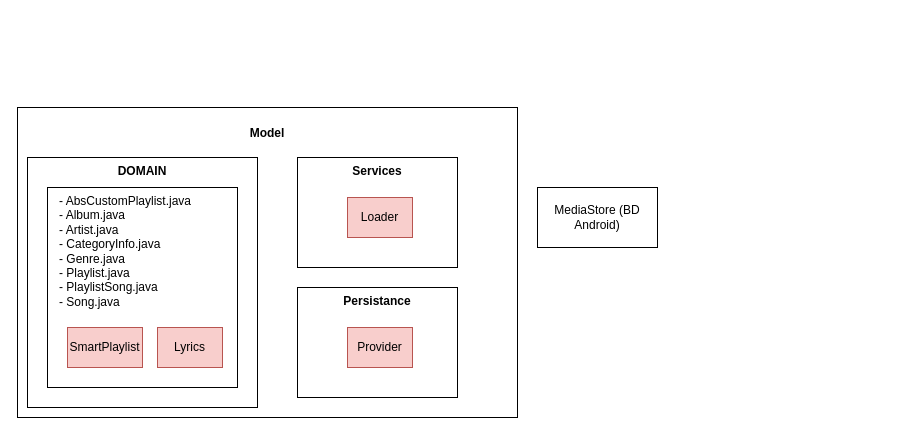
ThisHobbit/Phonograph keeps this draw.io diagram as Phonograph_diagram.drawio. Above is the earlier version. Source tidied: cells renumbered, new cells numbered last; positions are measured from the earlier drawing's top-left corner, leaving out a move shared by most shapes. Both pictures are drawn from the tidied source at 100%, with x=0, y=0 at pixel (17, 107).
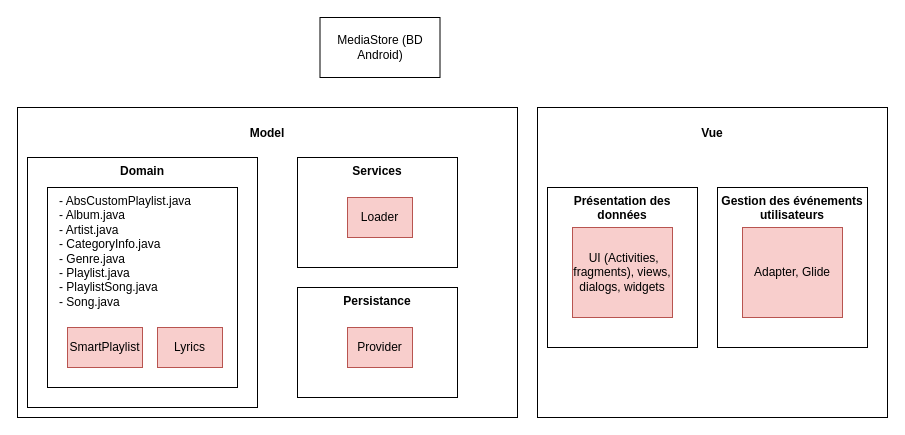
The same page after the edit.

Commit message:
Update Phonograph_diagram vue .drawio

What changed in the source:
```diff
@@
 <mxGraphModel>
   <root>
     <mxCell id="0" />
     <mxCell id="1" parent="0" />
     <mxCell id="2" value="&lt;div&gt;&lt;blockquote&gt;&lt;blockquote&gt;&lt;span style=&quot;color: light-dark(rgb(0, 0, 0), rgb(0, 0, 0));&quot;&gt;Model&lt;/span&gt;&lt;/blockquote&gt;&lt;/blockquote&gt;&lt;/div&gt;" style="rounded=0;whiteSpace=wrap;html=1;fillColor=light-dark(#FFFFFF,#FFE599);gradientColor=none;align=center;verticalAlign=top;fontStyle=1;" parent="1" vertex="1">
       <mxGeometry width="500" height="310" as="geometry" />
     </mxCell>
-    <mxCell id="3" value="&lt;b style=&quot;color: light-dark(rgb(0, 0, 0), rgb(0, 0, 0));&quot;&gt;DOMAIN&lt;/b&gt;" style="rounded=0;whiteSpace=wrap;html=1;fillColor=light-dark(#FFFFFF,#FFFFFF);strokeColor=light-dark(#000000,#000000);verticalAlign=top;labelBorderColor=none;perimeterSpacing=0;" parent="1" vertex="1">
+    <mxCell id="3" value="&lt;b style=&quot;color: light-dark(rgb(0, 0, 0), rgb(0, 0, 0));&quot;&gt;Domain&lt;/b&gt;" style="rounded=0;whiteSpace=wrap;html=1;fillColor=light-dark(#FFFFFF,#FFFFFF);strokeColor=light-dark(#000000,#000000);verticalAlign=top;labelBorderColor=none;perimeterSpacing=0;" parent="1" vertex="1">
       <mxGeometry x="10" y="50" width="230" height="250" as="geometry" />
     </mxCell>
     <mxCell id="4" style="rounded=0;whiteSpace=wrap;html=1;fillColor=light-dark(#FFFFFF,#7EA6E0);strokeColor=light-dark(#000000,#000000);" parent="1" vertex="1">
       <mxGeometry x="30" y="80" width="190" height="200" as="geometry" />
     </mxCell>
     <mxCell id="5" value="&lt;div align=&quot;left&quot;&gt;&lt;span style=&quot;color: light-dark(rgb(0, 0, 0), rgb(0, 0, 0));&quot;&gt;- AbsCustomPlaylist.java&lt;br&gt;- Album.java&lt;br&gt;- Artist.java&lt;br&gt;- CategoryInfo.java&lt;br&gt;- Genre.java&lt;br&gt;- Playlist.java&lt;br&gt;- PlaylistSong.java&lt;br&gt;- Song.java&lt;/span&gt;&lt;/div&gt;" style="text;html=1;whiteSpace=wrap;strokeColor=none;fillColor=none;align=left;verticalAlign=top;rounded=0;" parent="1" vertex="1">
       <mxGeometry x="40" y="80" width="190" height="190" as="geometry" />
     </mxCell>
     <mxCell id="6" value="&lt;span style=&quot;color: light-dark(rgb(0, 0, 0), rgb(0, 0, 0));&quot;&gt;Lyrics&lt;/span&gt;" style="rounded=0;whiteSpace=wrap;html=1;fillColor=light-dark(#F8CECC,#CC99FF);strokeColor=#b85450;" parent="1" vertex="1">
       <mxGeometry x="140" y="220" width="65" height="40" as="geometry" />
     </mxCell>
     <mxCell id="7" value="&lt;span style=&quot;color: light-dark(rgb(0, 0, 0), rgb(0, 0, 0));&quot;&gt;SmartPlaylist&lt;/span&gt;" style="rounded=0;whiteSpace=wrap;html=1;fillColor=light-dark(#F8CECC,#CC99FF);strokeColor=#b85450;" parent="1" vertex="1">
       <mxGeometry x="50" y="220" width="75" height="40" as="geometry" />
     </mxCell>
     <mxCell id="8" value="&lt;b style=&quot;color: light-dark(rgb(0, 0, 0), rgb(0, 0, 0));&quot;&gt;Services&lt;/b&gt;" style="rounded=0;whiteSpace=wrap;html=1;fillColor=light-dark(#FFFFFF,#FFFFFF);strokeColor=light-dark(#000000,#000000);verticalAlign=top;labelBorderColor=none;perimeterSpacing=0;" parent="1" vertex="1">
       <mxGeometry x="280" y="50" width="160" height="110" as="geometry" />
     </mxCell>
     <mxCell id="9" value="&lt;span style=&quot;color: light-dark(rgb(0, 0, 0), rgb(0, 0, 0));&quot;&gt;Loader&lt;/span&gt;" style="rounded=0;whiteSpace=wrap;html=1;fillColor=light-dark(#F8CECC,#CC99FF);strokeColor=#b85450;" parent="1" vertex="1">
       <mxGeometry x="330" y="90" width="65" height="40" as="geometry" />
     </mxCell>
     <mxCell id="10" value="MediaStore (BD Android)" style="rounded=0;whiteSpace=wrap;html=1;fillColor=none;" parent="1" vertex="1">
-      <mxGeometry x="520" y="80" width="120" height="60" as="geometry" />
+      <mxGeometry x="302.5" y="-90" width="120" height="60" as="geometry" />
     </mxCell>
     <mxCell id="11" value="&lt;b style=&quot;color: light-dark(rgb(0, 0, 0), rgb(0, 0, 0));&quot;&gt;Persistance&lt;/b&gt;" style="rounded=0;whiteSpace=wrap;html=1;fillColor=light-dark(#FFFFFF,#FFFFFF);strokeColor=light-dark(#000000,#000000);verticalAlign=top;labelBorderColor=none;perimeterSpacing=0;" parent="1" vertex="1">
       <mxGeometry x="280" y="180" width="160" height="110" as="geometry" />
     </mxCell>
     <mxCell id="12" value="&lt;span style=&quot;color: light-dark(rgb(0, 0, 0), rgb(0, 0, 0));&quot;&gt;Provider&lt;/span&gt;" style="rounded=0;whiteSpace=wrap;html=1;fillColor=light-dark(#F8CECC,#CC99FF);strokeColor=#b85450;" parent="1" vertex="1">
       <mxGeometry x="330" y="220" width="65" height="40" as="geometry" />
     </mxCell>
+    <mxCell id="13" value="&lt;div&gt;&lt;blockquote&gt;&lt;blockquote&gt;&lt;span style=&quot;color: light-dark(rgb(0, 0, 0), rgb(0, 0, 0));&quot;&gt;Vue&lt;/span&gt;&lt;/blockquote&gt;&lt;/blockquote&gt;&lt;/div&gt;" style="rounded=0;whiteSpace=wrap;html=1;fillColor=light-dark(#FFFFFF,#FFE599);gradientColor=none;align=center;verticalAlign=top;fontStyle=1;" parent="1" vertex="1">
+      <mxGeometry x="520" width="350" height="310" as="geometry" />
+    </mxCell>
+    <mxCell id="14" value="&lt;b style=&quot;color: light-dark(rgb(0, 0, 0), rgb(0, 0, 0));&quot;&gt;Présentation des données&lt;/b&gt;" style="rounded=0;whiteSpace=wrap;html=1;fillColor=light-dark(#FFFFFF,#FFFFFF);strokeColor=light-dark(#000000,#000000);verticalAlign=top;labelBorderColor=none;perimeterSpacing=0;" parent="1" vertex="1">
+      <mxGeometry x="530" y="80" width="150" height="160" as="geometry" />
+    </mxCell>
+    <mxCell id="15" value="&lt;b style=&quot;color: light-dark(rgb(0, 0, 0), rgb(0, 0, 0));&quot;&gt;Gestion des événements utilisateurs&lt;/b&gt;" style="rounded=0;whiteSpace=wrap;html=1;fillColor=light-dark(#FFFFFF,#FFFFFF);strokeColor=light-dark(#000000,#000000);verticalAlign=top;labelBorderColor=none;perimeterSpacing=0;" parent="1" vertex="1">
+      <mxGeometry x="700" y="80" width="150" height="160" as="geometry" />
+    </mxCell>
+    <mxCell id="16" value="&lt;span style=&quot;color: light-dark(rgb(0, 0, 0), rgb(0, 0, 0));&quot;&gt;&amp;nbsp;UI (Activities, fragments), views, dialogs, widgets&lt;/span&gt;" style="rounded=0;whiteSpace=wrap;html=1;fillColor=light-dark(#F8CECC,#CC99FF);strokeColor=#b85450;" parent="1" vertex="1">
+      <mxGeometry x="555" y="120" width="100" height="90" as="geometry" />
+    </mxCell>
+    <mxCell id="17" value="&lt;span style=&quot;color: light-dark(rgb(0, 0, 0), rgb(0, 0, 0));&quot;&gt;Adapter, Glide&lt;/span&gt;" style="rounded=0;whiteSpace=wrap;html=1;fillColor=light-dark(#F8CECC,#CC99FF);strokeColor=#b85450;" parent="1" vertex="1">
+      <mxGeometry x="725" y="120" width="100" height="90" as="geometry" />
+    </mxCell>
   </root>
 </mxGraphModel>
```
